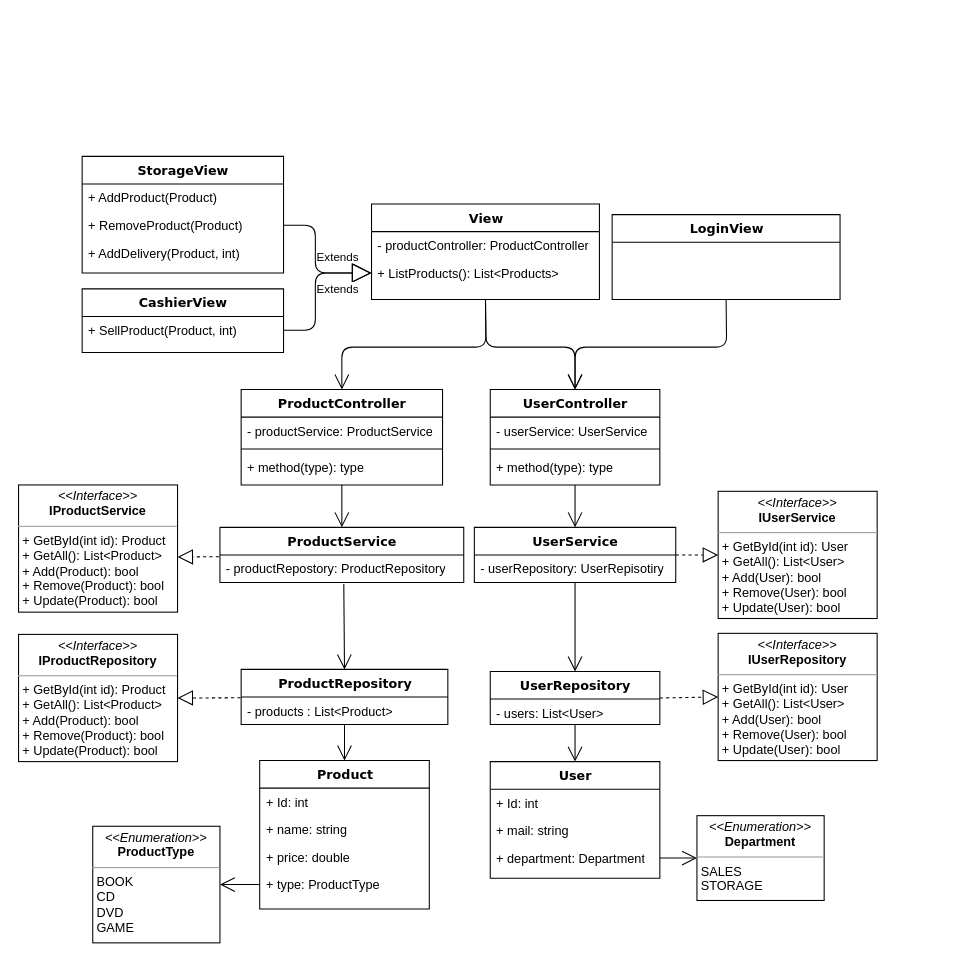
This is ClassDiagram_MediaShop.drawio from fabianfroding/.net-forms, a draw.io file, before an edit. Source tidied: cells renumbered, new cells numbered last; positions are measured from the earlier drawing's top-left corner, leaving out a move shared by most shapes. Both pictures are drawn from the tidied source at 106%, with x=0, y=0 at pixel (18, 156).
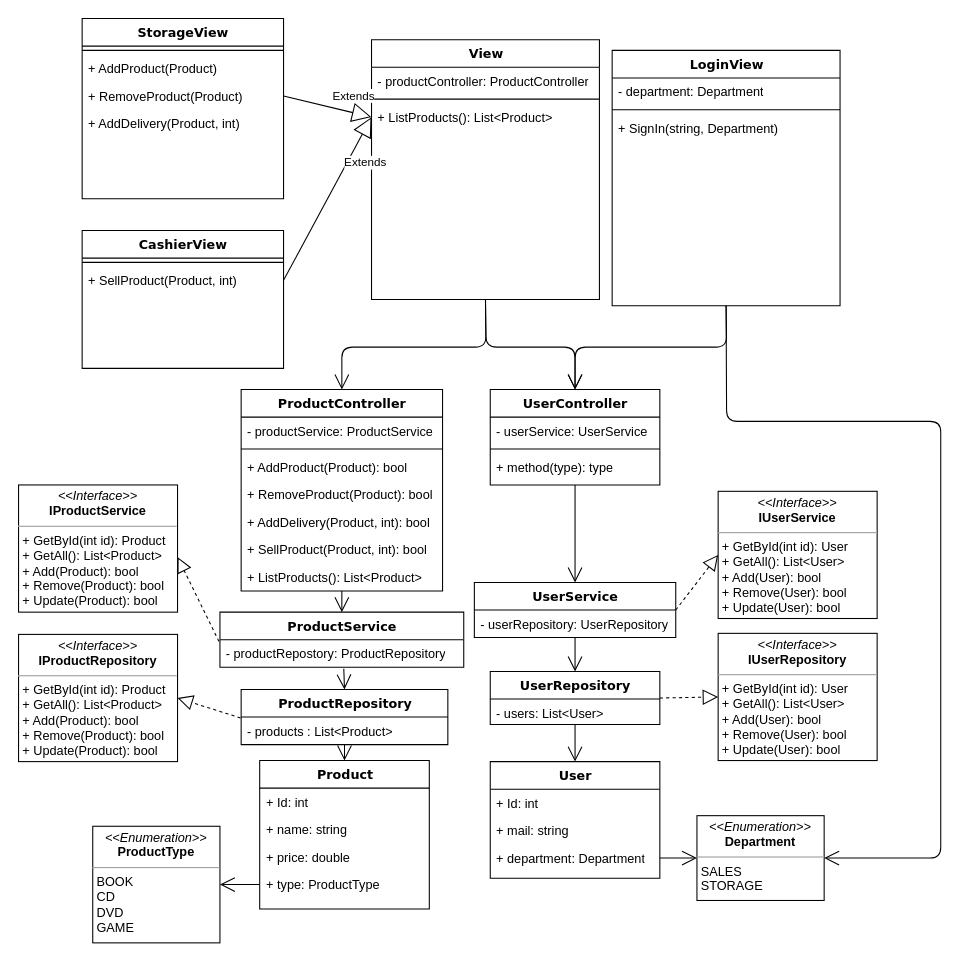
After the change.

Commit message (it also covers changes not shown here):
Worked on class diagram and documentation. Worked on Product and User model

The change refers to these unchanged cells:
```xml
<mxCell id="52" value="&lt;p style=&quot;margin: 0px ; margin-top: 4px ; text-align: center&quot;&gt;&lt;i&gt;&amp;lt;&amp;lt;Enumeration&amp;gt;&amp;gt;&lt;/i&gt;&lt;br&gt;&lt;b&gt;Department&lt;/b&gt;&lt;/p&gt;&lt;hr size=&quot;1&quot;&gt;&lt;p style=&quot;margin: 0px ; margin-left: 4px&quot;&gt;SALES&lt;/p&gt;&lt;p style=&quot;margin: 0px ; margin-left: 4px&quot;&gt;&lt;span&gt;STORAGE&lt;/span&gt;&lt;/p&gt;" style="verticalAlign=top;align=left;overflow=fill;fontSize=12;fontFamily=Helvetica;html=1;" parent="1" vertex="1">
  <mxGeometry x="640" y="622" width="120" height="80" as="geometry" />
</mxCell>
```

The edit, as a diff of the source:
```diff
@@
     <mxCell id="7" value="ProductController" style="swimlane;html=1;fontStyle=1;align=center;verticalAlign=top;horizontal=1;startSize=26;swimlaneFillColor=#ffffff;rounded=0;shadow=0;comic=0;labelBackgroundColor=none;strokeWidth=1;fillColor=none;fontFamily=Verdana;fontSize=12;" parent="1" vertex="1">
-      <mxGeometry x="210" y="220" width="190" height="90" as="geometry" />
+      <mxGeometry x="210" y="220" width="190" height="190" as="geometry" />
     </mxCell>
@@
-    <mxCell id="10" value="+ method(type): type" style="text;html=1;strokeColor=none;fillColor=none;align=left;verticalAlign=top;spacingLeft=4;spacingRight=4;whiteSpace=wrap;overflow=hidden;" parent="7" vertex="1">
+    <mxCell id="10" value="+ AddProduct(Product): bool" style="text;html=1;strokeColor=none;fillColor=none;align=left;verticalAlign=top;spacingLeft=4;spacingRight=4;whiteSpace=wrap;overflow=hidden;" parent="7" vertex="1">
       <mxGeometry y="60" width="190" height="26" as="geometry" />
     </mxCell>
+    <mxCell id="60" value="+ RemoveProduct(Product): bool" style="text;html=1;strokeColor=none;fillColor=none;align=left;verticalAlign=top;spacingLeft=4;spacingRight=4;whiteSpace=wrap;overflow=hidden;" parent="7" vertex="1">
+      <mxGeometry y="86" width="190" height="26" as="geometry" />
+    </mxCell>
+    <mxCell id="61" value="+ AddDelivery(Product, int): bool" style="text;html=1;strokeColor=none;fillColor=none;align=left;verticalAlign=top;spacingLeft=4;spacingRight=4;whiteSpace=wrap;overflow=hidden;" parent="7" vertex="1">
+      <mxGeometry y="112" width="190" height="26" as="geometry" />
+    </mxCell>
+    <mxCell id="62" value="+ SellProduct(Product, int): bool" style="text;html=1;strokeColor=none;fillColor=none;align=left;verticalAlign=top;spacingLeft=4;spacingRight=4;whiteSpace=wrap;overflow=hidden;" parent="7" vertex="1">
+      <mxGeometry y="138" width="190" height="26" as="geometry" />
+    </mxCell>
+    <mxCell id="63" value="+ ListProducts(): List&amp;lt;Product&amp;gt;" style="text;html=1;strokeColor=none;fillColor=none;align=left;verticalAlign=top;spacingLeft=4;spacingRight=4;whiteSpace=wrap;overflow=hidden;" parent="7" vertex="1">
+      <mxGeometry y="164" width="190" height="26" as="geometry" />
+    </mxCell>
@@
     <mxCell id="15" value="View" style="swimlane;html=1;fontStyle=1;align=center;verticalAlign=top;horizontal=1;startSize=26;swimlaneFillColor=#ffffff;rounded=0;shadow=0;comic=0;labelBackgroundColor=none;strokeWidth=1;fillColor=none;fontFamily=Verdana;fontSize=12;" parent="1" vertex="1">
-      <mxGeometry x="333" y="45" width="215" height="90" as="geometry" />
+      <mxGeometry x="333" y="-110" width="215" height="245" as="geometry" />
     </mxCell>
@@
+    <mxCell id="64" style="line;html=1;strokeWidth=1;fillColor=none;align=left;verticalAlign=middle;spacingTop=-1;spacingLeft=3;spacingRight=3;labelPosition=right;" parent="15" vertex="1">
+      <mxGeometry y="52" width="215" height="8" as="geometry" />
+    </mxCell>
-    <mxCell id="17" value="+ ListProducts(): List&amp;lt;Products&amp;gt;" style="text;html=1;strokeColor=none;fillColor=none;align=left;verticalAlign=top;spacingLeft=4;spacingRight=4;whiteSpace=wrap;overflow=hidden;points=[[0,0.5],[1,0.5]];portConstraint=eastwest;" parent="15" vertex="1">
-      <mxGeometry y="52" width="215" height="26" as="geometry" />
+    <mxCell id="17" value="+ ListProducts(): List&amp;lt;Product&amp;gt;" style="text;html=1;strokeColor=none;fillColor=none;align=left;verticalAlign=top;spacingLeft=4;spacingRight=4;whiteSpace=wrap;overflow=hidden;points=[[0,0.5],[1,0.5]];portConstraint=eastwest;" parent="15" vertex="1">
+      <mxGeometry y="60" width="215" height="26" as="geometry" />
     </mxCell>
     <mxCell id="18" value="UserService" style="swimlane;html=1;fontStyle=1;align=center;verticalAlign=top;horizontal=1;startSize=26;swimlaneFillColor=#ffffff;rounded=0;shadow=0;comic=0;labelBackgroundColor=none;strokeWidth=1;fillColor=none;fontFamily=Verdana;fontSize=12;" parent="1" vertex="1">
-      <mxGeometry x="430" y="350" width="190" height="52" as="geometry" />
+      <mxGeometry x="430" y="402" width="190" height="52" as="geometry" />
     </mxCell>
-    <mxCell id="19" value="- userRepository: UserRepisotiry" style="text;html=1;strokeColor=none;fillColor=none;align=left;verticalAlign=top;spacingLeft=4;spacingRight=4;whiteSpace=wrap;overflow=hidden;points=[[0,0.5],[1,0.5]];portConstraint=eastwest;" parent="18" vertex="1">
+    <mxCell id="19" value="- userRepository: UserRepository" style="text;html=1;strokeColor=none;fillColor=none;align=left;verticalAlign=top;spacingLeft=4;spacingRight=4;whiteSpace=wrap;overflow=hidden;points=[[0,0.5],[1,0.5]];portConstraint=eastwest;" parent="18" vertex="1">
       <mxGeometry y="26" width="190" height="26" as="geometry" />
     </mxCell>
     <mxCell id="20" value="ProductRepository" style="swimlane;html=1;fontStyle=1;align=center;verticalAlign=top;horizontal=1;startSize=26;swimlaneFillColor=#ffffff;rounded=0;shadow=0;comic=0;labelBackgroundColor=none;strokeWidth=1;fillColor=none;fontFamily=Verdana;fontSize=12;" parent="1" vertex="1">
-      <mxGeometry x="210" y="484" width="195" height="52" as="geometry" />
+      <mxGeometry x="210" y="503" width="195" height="52" as="geometry" />
     </mxCell>
@@
     <mxCell id="22" value="ProductService" style="swimlane;html=1;fontStyle=1;align=center;verticalAlign=top;horizontal=1;startSize=26;swimlaneFillColor=#ffffff;rounded=0;shadow=0;comic=0;labelBackgroundColor=none;strokeWidth=1;fillColor=none;fontFamily=Verdana;fontSize=12;" parent="1" vertex="1">
-      <mxGeometry x="190" y="350" width="230" height="52" as="geometry" />
+      <mxGeometry x="190" y="430" width="230" height="52" as="geometry" />
     </mxCell>
@@
     <mxCell id="40" value="StorageView" style="swimlane;html=1;fontStyle=1;align=center;verticalAlign=top;horizontal=1;startSize=26;swimlaneFillColor=#ffffff;rounded=0;shadow=0;comic=0;labelBackgroundColor=none;strokeWidth=1;fillColor=none;fontFamily=Verdana;fontSize=12;" parent="1" vertex="1">
-      <mxGeometry x="60" width="190" height="110" as="geometry" />
+      <mxGeometry x="60" y="-130" width="190" height="170" as="geometry" />
     </mxCell>
+    <mxCell id="65" style="line;html=1;strokeWidth=1;fillColor=none;align=left;verticalAlign=middle;spacingTop=-1;spacingLeft=3;spacingRight=3;labelPosition=right;" parent="40" vertex="1">
+      <mxGeometry y="26" width="190" height="8" as="geometry" />
+    </mxCell>
     <mxCell id="41" value="+ AddProduct(Product)" style="text;html=1;strokeColor=none;fillColor=none;align=left;verticalAlign=top;spacingLeft=4;spacingRight=4;whiteSpace=wrap;overflow=hidden;" parent="40" vertex="1">
-      <mxGeometry y="26" width="190" height="26" as="geometry" />
+      <mxGeometry y="34" width="190" height="26" as="geometry" />
     </mxCell>
     <mxCell id="42" value="+ RemoveProduct(Product)" style="text;html=1;strokeColor=none;fillColor=none;align=left;verticalAlign=top;spacingLeft=4;spacingRight=4;whiteSpace=wrap;overflow=hidden;points=[[0,0.5],[1,0.5]];portConstraint=eastwest;" parent="40" vertex="1">
-      <mxGeometry y="52" width="190" height="26" as="geometry" />
+      <mxGeometry y="60" width="190" height="26" as="geometry" />
     </mxCell>
     <mxCell id="43" value="+ AddDelivery(Product, int)" style="text;html=1;strokeColor=none;fillColor=none;align=left;verticalAlign=top;spacingLeft=4;spacingRight=4;whiteSpace=wrap;overflow=hidden;" parent="40" vertex="1">
-      <mxGeometry y="78" width="190" height="26" as="geometry" />
+      <mxGeometry y="86" width="190" height="26" as="geometry" />
     </mxCell>
     <mxCell id="44" value="CashierView" style="swimlane;html=1;fontStyle=1;align=center;verticalAlign=top;horizontal=1;startSize=26;swimlaneFillColor=#ffffff;rounded=0;shadow=0;comic=0;labelBackgroundColor=none;strokeWidth=1;fillColor=none;fontFamily=Verdana;fontSize=12;" parent="1" vertex="1">
-      <mxGeometry x="60" y="125" width="190" height="60" as="geometry" />
+      <mxGeometry x="60" y="70" width="190" height="130" as="geometry" />
     </mxCell>
+    <mxCell id="66" style="line;html=1;strokeWidth=1;fillColor=none;align=left;verticalAlign=middle;spacingTop=-1;spacingLeft=3;spacingRight=3;labelPosition=right;" parent="44" vertex="1">
+      <mxGeometry y="26" width="190" height="8" as="geometry" />
+    </mxCell>
     <mxCell id="45" value="+ SellProduct(Product, int)" style="text;html=1;strokeColor=none;fillColor=none;align=left;verticalAlign=top;spacingLeft=4;spacingRight=4;whiteSpace=wrap;overflow=hidden;points=[[0,0.5],[1,0.5]];portConstraint=eastwest;" parent="44" vertex="1">
-      <mxGeometry y="26" width="190" height="26" as="geometry" />
+      <mxGeometry y="34" width="190" height="26" as="geometry" />
     </mxCell>
     <mxCell id="46" value="Extends" style="endArrow=block;endSize=16;endFill=0;html=1;exitX=1;exitY=0.5;exitDx=0;exitDy=0;entryX=0;entryY=0.5;entryDx=0;entryDy=0;" parent="1" edge="1" source="42" target="17">
-      <mxGeometry x="0.5" y="15" relative="1" as="geometry">
-        <Array as="points">
-          <mxPoint x="280" y="65" />
-          <mxPoint x="280" y="110" />
-        </Array>
-      </mxGeometry>
+      <mxGeometry x="0.5" y="15" relative="1" as="geometry" />
     </mxCell>
     <mxCell id="47" value="Extends" style="endArrow=block;endSize=16;endFill=0;html=1;exitX=1;exitY=0.5;exitDx=0;exitDy=0;entryX=0;entryY=0.5;entryDx=0;entryDy=0;" parent="1" edge="1" source="45" target="17">
-      <mxGeometry x="0.53" y="-15" relative="1" as="geometry">
-        <Array as="points">
-          <mxPoint x="280" y="164" />
-          <mxPoint x="280" y="110" />
-        </Array>
-      </mxGeometry>
+      <mxGeometry x="0.53" y="-15" relative="1" as="geometry" />
     </mxCell>
@@
     <mxCell id="54" value="LoginView" style="swimlane;html=1;fontStyle=1;align=center;verticalAlign=top;horizontal=1;startSize=26;swimlaneFillColor=#ffffff;rounded=0;shadow=0;comic=0;labelBackgroundColor=none;strokeWidth=1;fillColor=none;fontFamily=Verdana;fontSize=12;" parent="1" vertex="1">
-      <mxGeometry x="560" y="55" width="215" height="80" as="geometry" />
+      <mxGeometry x="560" y="-100" width="215" height="241" as="geometry" />
     </mxCell>
+    <mxCell id="67" value="- department: Department" style="text;html=1;strokeColor=none;fillColor=none;align=left;verticalAlign=top;spacingLeft=4;spacingRight=4;whiteSpace=wrap;overflow=hidden;" parent="54" vertex="1">
+      <mxGeometry y="26" width="215" height="26" as="geometry" />
+    </mxCell>
+    <mxCell id="68" style="line;html=1;strokeWidth=1;fillColor=none;align=left;verticalAlign=middle;spacingTop=-1;spacingLeft=3;spacingRight=3;labelPosition=right;" parent="54" vertex="1">
+      <mxGeometry y="52" width="215" height="8" as="geometry" />
+    </mxCell>
+    <mxCell id="69" value="+ SignIn(string, Department)" style="text;html=1;strokeColor=none;fillColor=none;align=left;verticalAlign=top;spacingLeft=4;spacingRight=4;whiteSpace=wrap;overflow=hidden;" parent="54" vertex="1">
+      <mxGeometry y="60" width="215" height="26" as="geometry" />
+    </mxCell>
@@
+    <mxCell id="70" style="endArrow=open;endFill=1;endSize=12;html=1;exitX=0.5;exitY=1;exitDx=0;exitDy=0;entryX=1;entryY=0.5;entryDx=0;entryDy=0;" parent="1" edge="1" source="54" target="52">
+      <mxGeometry relative="1" as="geometry">
+        <Array as="points">
+          <mxPoint x="668" y="250" />
+          <mxPoint x="870" y="250" />
+          <mxPoint x="870" y="662" />
+        </Array>
+      </mxGeometry>
+    </mxCell>
```
